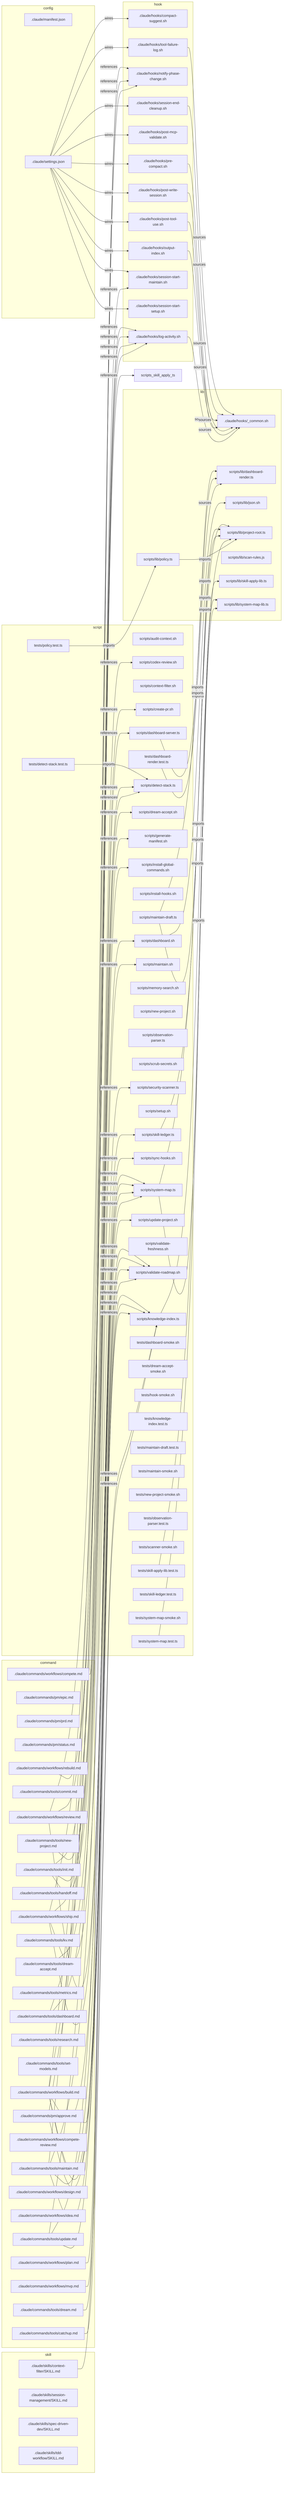
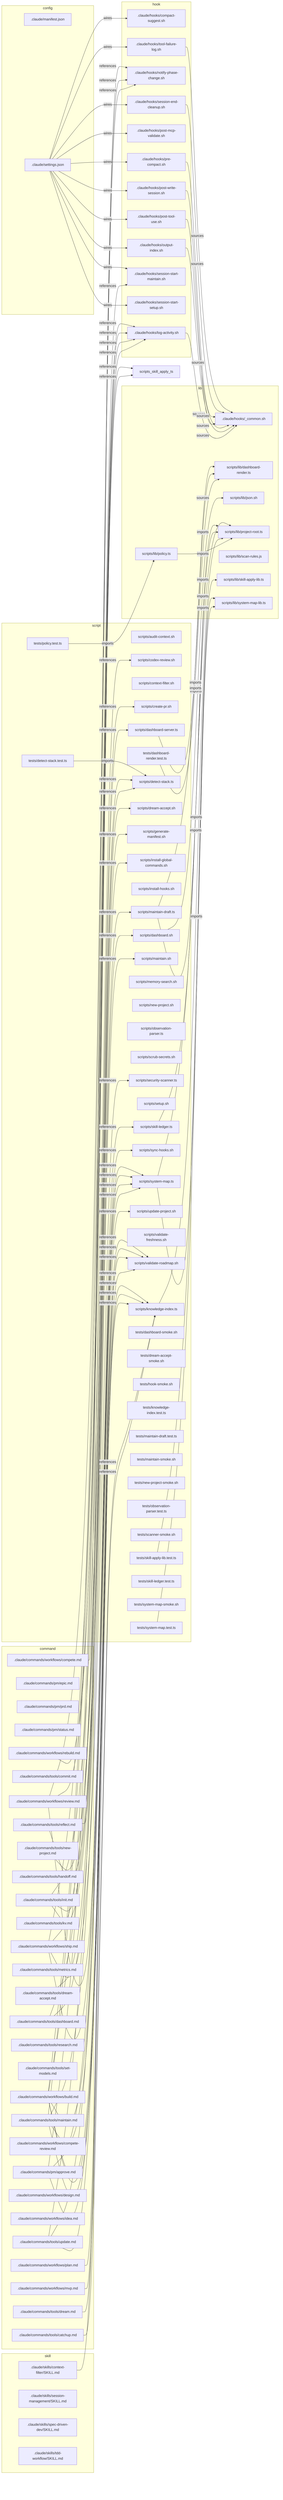
flowchart LR
  subgraph command
    c_pm_approve[".claude/commands/pm/approve.md"]
    c_pm_epic[".claude/commands/pm/epic.md"]
    c_pm_prd[".claude/commands/pm/prd.md"]
    c_pm_status[".claude/commands/pm/status.md"]
    c_tools_catchup[".claude/commands/tools/catchup.md"]
    c_tools_commit[".claude/commands/tools/commit.md"]
    c_tools_dashboard[".claude/commands/tools/dashboard.md"]
    c_tools_dream_accept[".claude/commands/tools/dream-accept.md"]
    c_tools_dream[".claude/commands/tools/dream.md"]
    c_tools_handoff[".claude/commands/tools/handoff.md"]
    c_tools_init[".claude/commands/tools/init.md"]
    c_tools_kv[".claude/commands/tools/kv.md"]
    c_tools_maintain[".claude/commands/tools/maintain.md"]
    c_tools_metrics[".claude/commands/tools/metrics.md"]
    c_tools_new_project[".claude/commands/tools/new-project.md"]
+     c_tools_reflect[".claude/commands/tools/reflect.md"]
    c_tools_research[".claude/commands/tools/research.md"]
    c_tools_set_models[".claude/commands/tools/set-models.md"]
    c_tools_update[".claude/commands/tools/update.md"]
    c_workflows_build[".claude/commands/workflows/build.md"]
    c_workflows_compete_review[".claude/commands/workflows/compete-review.md"]
    c_workflows_compete[".claude/commands/workflows/compete.md"]
    c_workflows_design[".claude/commands/workflows/design.md"]
    c_workflows_idea[".claude/commands/workflows/idea.md"]
    c_workflows_mvp[".claude/commands/workflows/mvp.md"]
    c_workflows_plan[".claude/commands/workflows/plan.md"]
    c_workflows_rebuild[".claude/commands/workflows/rebuild.md"]
    c_workflows_review[".claude/commands/workflows/review.md"]
    c_workflows_ship[".claude/commands/workflows/ship.md"]
  end
  subgraph config
    cfg_manifest[".claude/manifest.json"]
    cfg_settings[".claude/settings.json"]
  end
  subgraph hook
    h_compact_suggest[".claude/hooks/compact-suggest.sh"]
    h_log_activity[".claude/hooks/log-activity.sh"]
    h_notify_phase_change[".claude/hooks/notify-phase-change.sh"]
    h_output_index[".claude/hooks/output-index.sh"]
    h_post_mcp_validate[".claude/hooks/post-mcp-validate.sh"]
    h_post_tool_use[".claude/hooks/post-tool-use.sh"]
    h_post_write_session[".claude/hooks/post-write-session.sh"]
    h_pre_compact[".claude/hooks/pre-compact.sh"]
    h_session_end_cleanup[".claude/hooks/session-end-cleanup.sh"]
    h_session_start_maintain[".claude/hooks/session-start-maintain.sh"]
    h_session_start_setup[".claude/hooks/session-start-setup.sh"]
    h_tool_failure_log[".claude/hooks/tool-failure-log.sh"]
  end
  subgraph lib
    l_common[".claude/hooks/_common.sh"]
    l_dashboard_render["scripts/lib/dashboard-render.ts"]
    l_json["scripts/lib/json.sh"]
    l_policy["scripts/lib/policy.ts"]
    l_project_root["scripts/lib/project-root.ts"]
    l_scan_rules["scripts/lib/scan-rules.js"]
    l_skill_apply_lib["scripts/lib/skill-apply-lib.ts"]
    l_system_map_lib["scripts/lib/system-map-lib.ts"]
  end
  subgraph script
    s_audit_context["scripts/audit-context.sh"]
    s_codex_review["scripts/codex-review.sh"]
    s_context_filter["scripts/context-filter.sh"]
    s_create_pr["scripts/create-pr.sh"]
    s_dashboard_server["scripts/dashboard-server.ts"]
    s_dashboard["scripts/dashboard.sh"]
    s_detect_stack["scripts/detect-stack.ts"]
    s_dream_accept["scripts/dream-accept.sh"]
    s_generate_manifest["scripts/generate-manifest.sh"]
    s_install_global_commands["scripts/install-global-commands.sh"]
    s_install_hooks["scripts/install-hooks.sh"]
    s_knowledge_index["scripts/knowledge-index.ts"]
    s_maintain_draft["scripts/maintain-draft.ts"]
    s_maintain["scripts/maintain.sh"]
    s_memory_search["scripts/memory-search.sh"]
    s_new_project["scripts/new-project.sh"]
    s_observation_parser["scripts/observation-parser.ts"]
    s_scrub_secrets["scripts/scrub-secrets.sh"]
    s_security_scanner["scripts/security-scanner.ts"]
    s_setup["scripts/setup.sh"]
    s_skill_ledger["scripts/skill-ledger.ts"]
    s_sync_hooks["scripts/sync-hooks.sh"]
    s_system_map["scripts/system-map.ts"]
    s_update_project["scripts/update-project.sh"]
    s_validate_freshness["scripts/validate-freshness.sh"]
    s_validate_roadmap["scripts/validate-roadmap.sh"]
    s_dashboard_render_test["tests/dashboard-render.test.ts"]
    s_dashboard_smoke["tests/dashboard-smoke.sh"]
    s_detect_stack_test["tests/detect-stack.test.ts"]
    s_dream_accept_smoke["tests/dream-accept-smoke.sh"]
    s_hook_smoke["tests/hook-smoke.sh"]
    s_knowledge_index_test["tests/knowledge-index.test.ts"]
    s_maintain_draft_test["tests/maintain-draft.test.ts"]
    s_maintain_smoke["tests/maintain-smoke.sh"]
    s_new_project_smoke["tests/new-project-smoke.sh"]
    s_observation_parser_test["tests/observation-parser.test.ts"]
    s_policy_test["tests/policy.test.ts"]
    s_scanner_smoke["tests/scanner-smoke.sh"]
    s_skill_apply_lib_test["tests/skill-apply-lib.test.ts"]
    s_skill_ledger_test["tests/skill-ledger.test.ts"]
    s_system_map_smoke["tests/system-map-smoke.sh"]
    s_system_map_test["tests/system-map.test.ts"]
  end
  subgraph skill
    sk_context_filter_skill[".claude/skills/context-filter/SKILL.md"]
    sk_session_management_skill[".claude/skills/session-management/SKILL.md"]
    sk_spec_driven_dev_skill[".claude/skills/spec-driven-dev/SKILL.md"]
    sk_tdd_workflow_skill[".claude/skills/tdd-workflow/SKILL.md"]
  end
  c_pm_approve -->|references| s_skill_ledger
  c_pm_approve -->|references| s_validate_roadmap
  c_pm_approve -->|references| scripts_skill_apply_ts
  c_tools_catchup -->|references| s_knowledge_index
  c_tools_dashboard -->|references| s_dashboard
  c_tools_dashboard -->|references| s_dashboard_server
  c_tools_dream -->|references| s_knowledge_index
  c_tools_dream_accept -->|references| s_dream_accept
  c_tools_init -->|references| s_codex_review
  c_tools_init -->|references| s_detect_stack
  c_tools_init -->|references| s_install_global_commands
  c_tools_maintain -->|references| h_session_start_maintain
  c_tools_maintain -->|references| s_knowledge_index
  c_tools_maintain -->|references| s_maintain
  c_tools_maintain -->|references| s_system_map
  c_tools_new_project -->|references| s_detect_stack
+   c_tools_reflect -->|references| s_maintain_draft
+   c_tools_reflect -->|references| scripts_skill_apply_ts
  c_tools_update -->|references| s_generate_manifest
  c_tools_update -->|references| s_sync_hooks
  c_tools_update -->|references| s_update_project
  c_workflows_build -->|references| h_log_activity
  c_workflows_build -->|references| h_notify_phase_change
  c_workflows_build -->|references| s_knowledge_index
  c_workflows_build -->|references| s_system_map
  c_workflows_build -->|references| s_validate_roadmap
  c_workflows_compete -->|references| h_notify_phase_change
  c_workflows_mvp -->|references| s_validate_roadmap
  c_workflows_plan -->|references| s_validate_roadmap
  c_workflows_rebuild -->|references| h_log_activity
  c_workflows_review -->|references| h_log_activity
  c_workflows_review -->|references| h_notify_phase_change
  c_workflows_review -->|references| s_system_map
  c_workflows_ship -->|references| h_log_activity
  c_workflows_ship -->|references| s_create_pr
  c_workflows_ship -->|references| s_security_scanner
  c_workflows_ship -->|references| s_system_map
  cfg_settings -->|wires| h_compact_suggest
  cfg_settings -->|wires| h_output_index
  cfg_settings -->|wires| h_post_mcp_validate
  cfg_settings -->|wires| h_post_tool_use
  cfg_settings -->|wires| h_post_write_session
  cfg_settings -->|wires| h_pre_compact
  cfg_settings -->|wires| h_session_end_cleanup
  cfg_settings -->|wires| h_session_start_maintain
  cfg_settings -->|wires| h_session_start_setup
  cfg_settings -->|wires| h_tool_failure_log
  h_log_activity -->|sources| l_common
  h_output_index -->|sources| l_common
  h_post_tool_use -->|sources| l_common
  h_post_write_session -->|sources| l_common
  h_pre_compact -->|sources| l_common
  h_session_end_cleanup -->|sources| l_common
  h_tool_failure_log -->|sources| l_common
  l_policy -->|imports| l_project_root
  s_dashboard -->|sources| l_json
  s_dashboard_render_test -->|imports| l_dashboard_render
  s_dashboard_server -->|imports| l_dashboard_render
  s_detect_stack_test -->|imports| s_detect_stack
  s_knowledge_index -->|imports| l_project_root
  s_maintain_draft -->|imports| l_dashboard_render
  s_maintain_draft -->|imports| l_project_root
  s_policy_test -->|imports| l_policy
  s_skill_apply_lib_test -->|imports| l_skill_apply_lib
  s_skill_ledger -->|imports| l_project_root
  s_system_map -->|imports| l_project_root
  s_system_map -->|imports| l_system_map_lib
  s_system_map_test -->|imports| l_system_map_lib
  sk_context_filter_skill -->|references| s_knowledge_index
